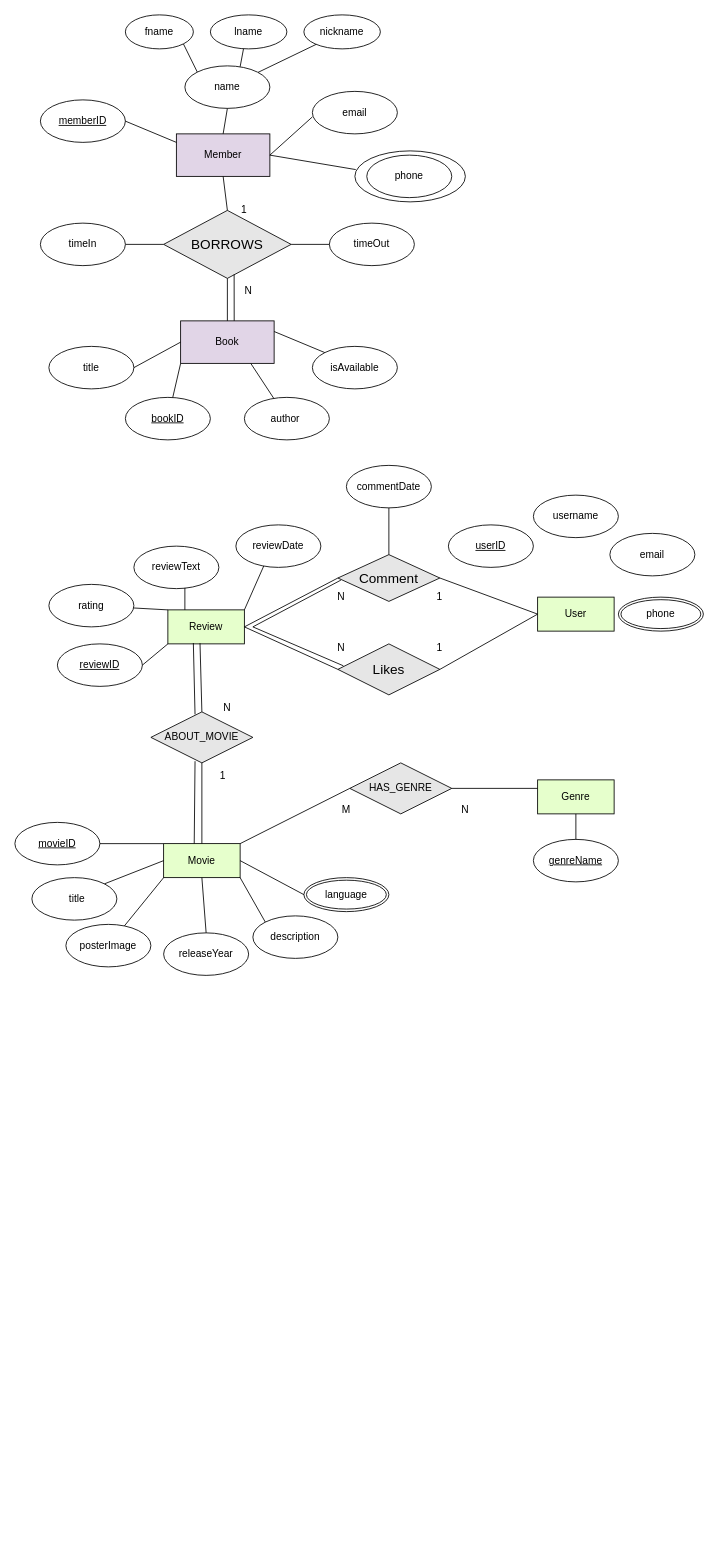
bookbi/Game.py keeps this draw.io diagram as labdatabase1.drawio. Above is the earlier version. Source tidied: cells renumbered, new cells numbered last; positions are measured from the earlier drawing's top-left corner, leaving out a move shared by most shapes. Both pictures are drawn from the tidied source at 85%, with x=0, y=0 at pixel (14, 14).
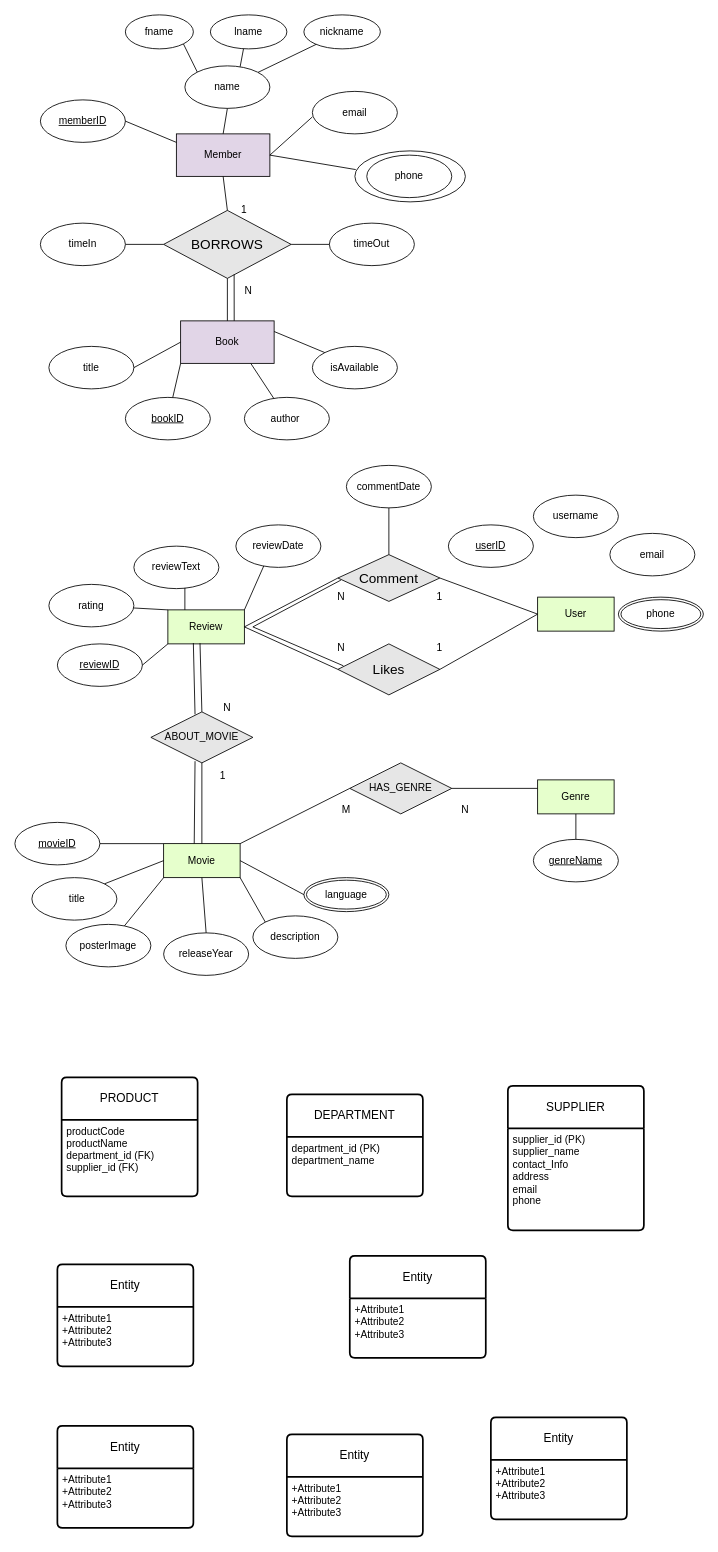
Above is the later version.

The edit, as a diff of the source:
```diff
@@
+    <mxCell id="93" value="PRODUCT" style="swimlane;horizontal=1;startSize=50;rounded=1;fontSize=14;fontStyle=0;strokeWidth=2;shadow=0;dashed=0;align=center;arcSize=4;whiteSpace=wrap;html=1;" parent="1" vertex="1">
+      <mxGeometry x="55" y="1250" width="160" height="140" as="geometry" />
+    </mxCell>
+    <mxCell id="94" value="&lt;div&gt;&lt;/div&gt;&lt;div&gt;&lt;/div&gt;&lt;div&gt;productCode&lt;br&gt;&lt;/div&gt;&lt;div&gt;productName&lt;br&gt;&lt;/div&gt;&lt;div&gt;department_id (FK)&lt;/div&gt;&lt;div&gt;supplier_id (FK)&lt;/div&gt;&lt;div&gt;&lt;br&gt;&lt;/div&gt;" style="align=left;strokeColor=none;fillColor=none;spacingLeft=4;spacingRight=4;fontSize=12;verticalAlign=top;html=1;whiteSpace=wrap;" parent="93" vertex="1">
+      <mxGeometry y="50" width="160" height="90" as="geometry" />
+    </mxCell>
+    <mxCell id="95" value="DEPARTMENT" style="swimlane;horizontal=1;startSize=50;rounded=1;fontSize=14;fontStyle=0;strokeWidth=2;shadow=0;dashed=0;align=center;arcSize=4;whiteSpace=wrap;html=1;" parent="1" vertex="1">
+      <mxGeometry x="320" y="1270" width="160" height="120" as="geometry" />
+    </mxCell>
+    <mxCell id="96" value="department_id (PK)&lt;div&gt;department_name&lt;/div&gt;" style="align=left;strokeColor=none;fillColor=none;spacingLeft=4;spacingRight=4;fontSize=12;verticalAlign=top;html=1;whiteSpace=wrap;" parent="95" vertex="1">
+      <mxGeometry y="50" width="160" height="70" as="geometry" />
+    </mxCell>
+    <mxCell id="97" value="SUPPLIER" style="swimlane;horizontal=1;startSize=50;rounded=1;fontSize=14;fontStyle=0;strokeWidth=2;shadow=0;dashed=0;align=center;arcSize=4;whiteSpace=wrap;html=1;" parent="1" vertex="1">
+      <mxGeometry x="580" y="1260" width="160" height="170" as="geometry" />
+    </mxCell>
+    <mxCell id="98" value="supplier_id (PK)&lt;div&gt;supplier_name&lt;/div&gt;&lt;div&gt;contact_Info&lt;/div&gt;&lt;div&gt;address&lt;/div&gt;&lt;div&gt;email&lt;/div&gt;&lt;div&gt;phone&lt;/div&gt;" style="align=left;strokeColor=none;fillColor=none;spacingLeft=4;spacingRight=4;fontSize=12;verticalAlign=top;html=1;whiteSpace=wrap;" parent="97" vertex="1">
+      <mxGeometry y="50" width="160" height="120" as="geometry" />
+    </mxCell>
+    <mxCell id="99" value="Entity" style="swimlane;horizontal=1;startSize=50;rounded=1;fontSize=14;fontStyle=0;strokeWidth=2;shadow=0;dashed=0;align=center;arcSize=4;whiteSpace=wrap;html=1;" parent="1" vertex="1">
+      <mxGeometry x="394" y="1460" width="160" height="120" as="geometry" />
+    </mxCell>
+    <mxCell id="100" value="+Attribute1&#10;+Attribute2&#10;+Attribute3" style="align=left;strokeColor=none;fillColor=none;spacingLeft=4;spacingRight=4;fontSize=12;verticalAlign=top;html=1;whiteSpace=wrap;" parent="99" vertex="1">
+      <mxGeometry y="50" width="160" height="70" as="geometry" />
+    </mxCell>
+    <mxCell id="101" value="Entity" style="swimlane;horizontal=1;startSize=50;rounded=1;fontSize=14;fontStyle=0;strokeWidth=2;shadow=0;dashed=0;align=center;arcSize=4;whiteSpace=wrap;html=1;" parent="1" vertex="1">
+      <mxGeometry x="50" y="1470" width="160" height="120" as="geometry" />
+    </mxCell>
+    <mxCell id="102" value="+Attribute1&#10;+Attribute2&#10;+Attribute3" style="align=left;strokeColor=none;fillColor=none;spacingLeft=4;spacingRight=4;fontSize=12;verticalAlign=top;html=1;whiteSpace=wrap;" parent="101" vertex="1">
+      <mxGeometry y="50" width="160" height="70" as="geometry" />
+    </mxCell>
+    <mxCell id="103" value="Entity" style="swimlane;horizontal=1;startSize=50;rounded=1;fontSize=14;fontStyle=0;strokeWidth=2;shadow=0;dashed=0;align=center;arcSize=4;whiteSpace=wrap;html=1;" parent="1" vertex="1">
+      <mxGeometry x="50" y="1660" width="160" height="120" as="geometry" />
+    </mxCell>
+    <mxCell id="104" value="+Attribute1&#10;+Attribute2&#10;+Attribute3" style="align=left;strokeColor=none;fillColor=none;spacingLeft=4;spacingRight=4;fontSize=12;verticalAlign=top;html=1;whiteSpace=wrap;" parent="103" vertex="1">
+      <mxGeometry y="50" width="160" height="70" as="geometry" />
+    </mxCell>
+    <mxCell id="105" value="Entity" style="swimlane;horizontal=1;startSize=50;rounded=1;fontSize=14;fontStyle=0;strokeWidth=2;shadow=0;dashed=0;align=center;arcSize=4;whiteSpace=wrap;html=1;" parent="1" vertex="1">
+      <mxGeometry x="320" y="1670" width="160" height="120" as="geometry" />
+    </mxCell>
+    <mxCell id="106" value="+Attribute1&#10;+Attribute2&#10;+Attribute3" style="align=left;strokeColor=none;fillColor=none;spacingLeft=4;spacingRight=4;fontSize=12;verticalAlign=top;html=1;whiteSpace=wrap;" parent="105" vertex="1">
+      <mxGeometry y="50" width="160" height="70" as="geometry" />
+    </mxCell>
+    <mxCell id="107" value="Entity" style="swimlane;horizontal=1;startSize=50;rounded=1;fontSize=14;fontStyle=0;strokeWidth=2;shadow=0;dashed=0;align=center;arcSize=4;whiteSpace=wrap;html=1;" parent="1" vertex="1">
+      <mxGeometry x="560" y="1650" width="160" height="120" as="geometry" />
+    </mxCell>
+    <mxCell id="108" value="+Attribute1&#10;+Attribute2&#10;+Attribute3" style="align=left;strokeColor=none;fillColor=none;spacingLeft=4;spacingRight=4;fontSize=12;verticalAlign=top;html=1;whiteSpace=wrap;" parent="107" vertex="1">
+      <mxGeometry y="50" width="160" height="70" as="geometry" />
+    </mxCell>
```
